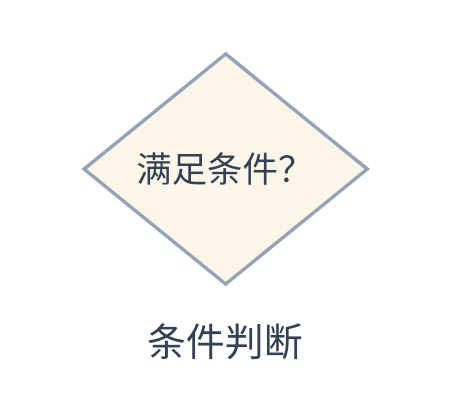
This is assets/components/decision.drawio from henry867/drawio-visuals-skill, a draw.io file, before an edit. Source tidied: cells renumbered, new cells numbered last; positions are measured from the earlier drawing's top-left corner, leaving out a move shared by most shapes. Both pictures are drawn from the tidied source at 177%, with x=0, y=0 at pixel (30, 30).
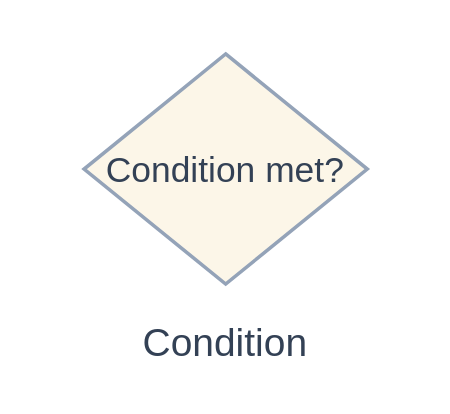
The same diagram, later.

Diff of the diagram source:
```diff
@@
 <mxGraphModel background="#FFFFFF">
   <root>
     <mxCell id="0" />
     <mxCell id="1" parent="0" />
     <mxCell id="2" style="group;" parent="1" vertex="1">
       <mxGeometry width="220" height="200" as="geometry" />
     </mxCell>
-    <mxCell id="3" value="满足条件？" style="html=1;whiteSpace=wrap;fontFamily=Helvetica;fontSize=20;fontColor=#334155;rhombus;fillColor=#FCF6E8;strokeColor=#94A3B8;strokeWidth=2;fontSize=20;" parent="2" vertex="1">
+    <mxCell id="3" value="Condition met?" style="html=1;whiteSpace=wrap;fontFamily=Helvetica;fontSize=20;fontColor=#334155;rhombus;fillColor=#FCF6E8;strokeColor=#94A3B8;strokeWidth=2;fontSize=20;" parent="2" vertex="1">
       <mxGeometry x="30" y="13" width="160" height="130" as="geometry" />
     </mxCell>
-    <mxCell id="4" value="条件判断" style="html=1;whiteSpace=wrap;fontFamily=Helvetica;fontSize=20;fontColor=#334155;text;fillColor=none;strokeColor=none;align=center;verticalAlign=middle;fontSize=22;fontColor=#334155;" parent="2" vertex="1">
+    <mxCell id="4" value="Condition" style="html=1;whiteSpace=wrap;fontFamily=Helvetica;fontSize=20;fontColor=#334155;text;fillColor=none;strokeColor=none;align=center;verticalAlign=middle;fontSize=22;fontColor=#334155;" parent="2" vertex="1">
       <mxGeometry y="161" width="220" height="32" as="geometry" />
     </mxCell>
   </root>
 </mxGraphModel>
```
